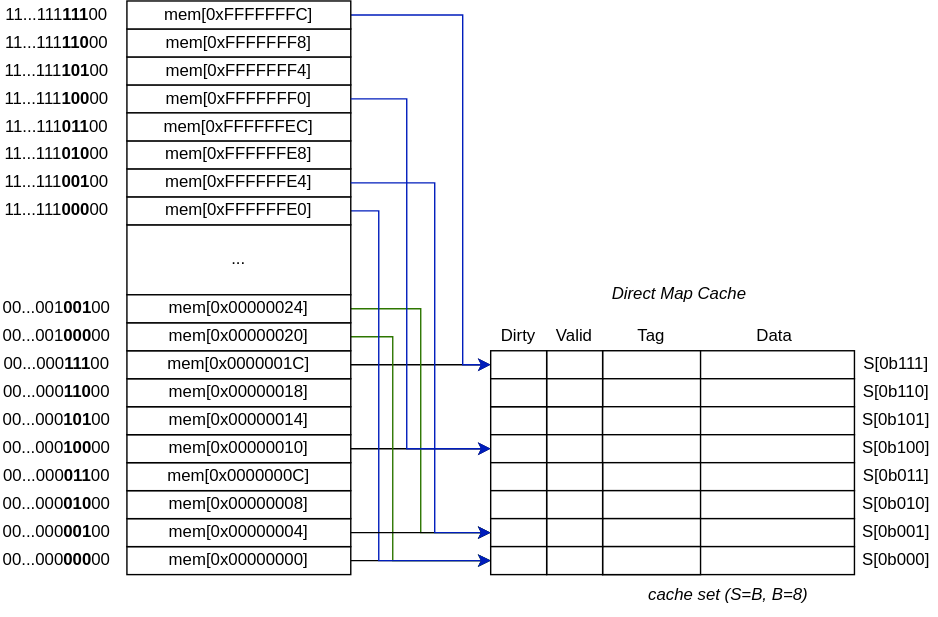
Before: docs/images/direct_map_cache.drawio.svg, a diagram exported from draw.io (1Miguel/cortex-a53-study). Source tidied: cells renumbered, new cells last; positions are measured from the earlier drawing's top-left corner, leaving out a move shared by most shapes.
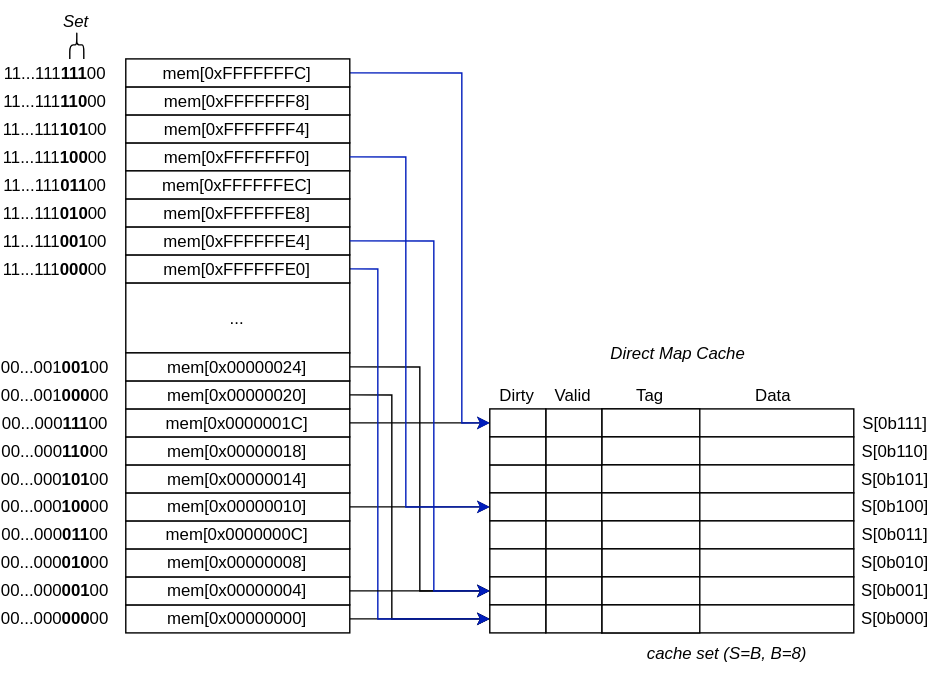
The same diagram one commit later.

Diff of the diagram source:
```diff
@@ -53,7 +53,7 @@
     <mxCell id="18" value="mem[0x0000001C]" style="rounded=0;whiteSpace=wrap;html=1;" parent="1" vertex="1">
       <mxGeometry x="90" y="250" width="160" height="20" as="geometry" />
     </mxCell>
-    <mxCell id="19" style="edgeStyle=orthogonalEdgeStyle;rounded=0;jettySize=auto;html=1;exitX=1;exitY=0.5;exitDx=0;exitDy=0;entryX=0;entryY=0.5;entryDx=0;entryDy=0;fillColor=#60a917;strokeColor=#2D7600;" parent="1" edge="1" source="20" target="92">
+    <mxCell id="19" style="edgeStyle=orthogonalEdgeStyle;rounded=0;jettySize=auto;html=1;exitX=1;exitY=0.5;exitDx=0;exitDy=0;entryX=0;entryY=0.5;entryDx=0;entryDy=0;" parent="1" edge="1" source="20" target="92">
       <mxGeometry relative="1" as="geometry">
         <Array as="points">
           <mxPoint x="280" y="240" />
@@ -64,7 +64,7 @@
     <mxCell id="20" value="mem[0x00000020]" style="rounded=0;whiteSpace=wrap;html=1;" parent="1" vertex="1">
       <mxGeometry x="90" y="230" width="160" height="20" as="geometry" />
     </mxCell>
-    <mxCell id="21" style="edgeStyle=orthogonalEdgeStyle;rounded=0;jettySize=auto;html=1;exitX=1;exitY=0.5;exitDx=0;exitDy=0;entryX=0;entryY=0.5;entryDx=0;entryDy=0;fillColor=#60a917;strokeColor=#2D7600;" parent="1" edge="1" source="22" target="90">
+    <mxCell id="21" style="edgeStyle=orthogonalEdgeStyle;rounded=0;jettySize=auto;html=1;exitX=1;exitY=0.5;exitDx=0;exitDy=0;entryX=0;entryY=0.5;entryDx=0;entryDy=0;" parent="1" edge="1" source="22" target="90">
       <mxGeometry relative="1" as="geometry" />
     </mxCell>
     <mxCell id="22" value="mem[0x00000024]" style="rounded=0;whiteSpace=wrap;html=1;" parent="1" vertex="1">
@@ -191,58 +191,58 @@
     <mxCell id="59" style="rounded=0;whiteSpace=wrap;html=1;" parent="1" vertex="1">
       <mxGeometry x="430" y="390" width="70" height="20" as="geometry" />
     </mxCell>
-    <mxCell id="60" value="11...111&lt;b style=&quot;color: light-dark(rgb(0, 0, 0), rgb(255, 0, 0));&quot;&gt;111&lt;/b&gt;00" style="text;html=1;whiteSpace=wrap;strokeColor=none;fillColor=none;align=center;verticalAlign=middle;rounded=0;" parent="1" vertex="1">
+    <mxCell id="60" value="11...111&lt;b style=&quot;&quot;&gt;111&lt;/b&gt;00" style="text;html=1;whiteSpace=wrap;strokeColor=none;fillColor=none;align=center;verticalAlign=middle;rounded=0;fontColor=default;" parent="1" vertex="1">
       <mxGeometry width="80" height="20" as="geometry" />
     </mxCell>
-    <mxCell id="61" value="11...111&lt;b style=&quot;color: light-dark(rgb(0, 0, 0), rgb(255, 0, 0));&quot;&gt;110&lt;/b&gt;00" style="text;html=1;whiteSpace=wrap;strokeColor=none;fillColor=none;align=center;verticalAlign=middle;rounded=0;" parent="1" vertex="1">
+    <mxCell id="61" value="11...111&lt;b style=&quot;&quot;&gt;110&lt;/b&gt;00" style="text;html=1;whiteSpace=wrap;strokeColor=none;fillColor=none;align=center;verticalAlign=middle;rounded=0;fontColor=default;" parent="1" vertex="1">
       <mxGeometry y="20" width="80" height="20" as="geometry" />
     </mxCell>
-    <mxCell id="62" value="11...111&lt;b style=&quot;color: light-dark(rgb(0, 0, 0), rgb(255, 0, 0));&quot;&gt;101&lt;/b&gt;00" style="text;html=1;whiteSpace=wrap;strokeColor=none;fillColor=none;align=center;verticalAlign=middle;rounded=0;" parent="1" vertex="1">
+    <mxCell id="62" value="11...111&lt;b style=&quot;&quot;&gt;101&lt;/b&gt;00" style="text;html=1;whiteSpace=wrap;strokeColor=none;fillColor=none;align=center;verticalAlign=middle;rounded=0;fontColor=default;" parent="1" vertex="1">
       <mxGeometry y="40" width="80" height="20" as="geometry" />
     </mxCell>
-    <mxCell id="63" value="11...111&lt;b style=&quot;color: light-dark(rgb(0, 0, 0), rgb(255, 0, 0));&quot;&gt;100&lt;/b&gt;00" style="text;html=1;whiteSpace=wrap;strokeColor=none;fillColor=none;align=center;verticalAlign=middle;rounded=0;" parent="1" vertex="1">
+    <mxCell id="63" value="11...111&lt;b style=&quot;&quot;&gt;100&lt;/b&gt;00" style="text;html=1;whiteSpace=wrap;strokeColor=none;fillColor=none;align=center;verticalAlign=middle;rounded=0;fontColor=default;" parent="1" vertex="1">
       <mxGeometry y="60" width="80" height="20" as="geometry" />
     </mxCell>
-    <mxCell id="64" value="11...111&lt;b style=&quot;color: light-dark(rgb(0, 0, 0), rgb(255, 0, 0));&quot;&gt;011&lt;/b&gt;00" style="text;html=1;whiteSpace=wrap;strokeColor=none;fillColor=none;align=center;verticalAlign=middle;rounded=0;" parent="1" vertex="1">
+    <mxCell id="64" value="11...111&lt;b style=&quot;&quot;&gt;011&lt;/b&gt;00" style="text;html=1;whiteSpace=wrap;strokeColor=none;fillColor=none;align=center;verticalAlign=middle;rounded=0;fontColor=default;" parent="1" vertex="1">
       <mxGeometry y="80" width="80" height="20" as="geometry" />
     </mxCell>
-    <mxCell id="65" value="11...111&lt;b style=&quot;color: light-dark(rgb(0, 0, 0), rgb(255, 0, 0));&quot;&gt;010&lt;/b&gt;00" style="text;html=1;whiteSpace=wrap;strokeColor=none;fillColor=none;align=center;verticalAlign=middle;rounded=0;" parent="1" vertex="1">
+    <mxCell id="65" value="11...111&lt;b style=&quot;&quot;&gt;010&lt;/b&gt;00" style="text;html=1;whiteSpace=wrap;strokeColor=none;fillColor=none;align=center;verticalAlign=middle;rounded=0;fontColor=default;" parent="1" vertex="1">
       <mxGeometry y="100" width="80" height="20" as="geometry" />
     </mxCell>
-    <mxCell id="66" value="11...111&lt;b style=&quot;color: light-dark(rgb(0, 0, 0), rgb(255, 0, 0));&quot;&gt;001&lt;/b&gt;00" style="text;html=1;whiteSpace=wrap;strokeColor=none;fillColor=none;align=center;verticalAlign=middle;rounded=0;" parent="1" vertex="1">
+    <mxCell id="66" value="11...111&lt;b style=&quot;&quot;&gt;001&lt;/b&gt;00" style="text;html=1;whiteSpace=wrap;strokeColor=none;fillColor=none;align=center;verticalAlign=middle;rounded=0;fontColor=default;" parent="1" vertex="1">
       <mxGeometry y="120" width="80" height="20" as="geometry" />
     </mxCell>
-    <mxCell id="67" value="11...111&lt;b style=&quot;color: light-dark(rgb(0, 0, 0), rgb(255, 0, 0));&quot;&gt;000&lt;/b&gt;00" style="text;html=1;whiteSpace=wrap;strokeColor=none;fillColor=none;align=center;verticalAlign=middle;rounded=0;" parent="1" vertex="1">
+    <mxCell id="67" value="11...111&lt;b style=&quot;&quot;&gt;000&lt;/b&gt;00" style="text;html=1;whiteSpace=wrap;strokeColor=none;fillColor=none;align=center;verticalAlign=middle;rounded=0;fontColor=default;" parent="1" vertex="1">
       <mxGeometry y="140" width="80" height="20" as="geometry" />
     </mxCell>
-    <mxCell id="68" value="00...001&lt;b style=&quot;color: light-dark(rgb(0, 0, 0), rgb(255, 0, 0));&quot;&gt;001&lt;/b&gt;00" style="text;html=1;whiteSpace=wrap;strokeColor=none;fillColor=none;align=center;verticalAlign=middle;rounded=0;" parent="1" vertex="1">
+    <mxCell id="68" value="00...001&lt;b style=&quot;&quot;&gt;001&lt;/b&gt;00" style="text;html=1;whiteSpace=wrap;strokeColor=none;fillColor=none;align=center;verticalAlign=middle;rounded=0;fontColor=default;" parent="1" vertex="1">
       <mxGeometry y="210" width="80" height="20" as="geometry" />
     </mxCell>
-    <mxCell id="69" value="00...001&lt;b style=&quot;color: light-dark(rgb(0, 0, 0), rgb(255, 0, 0));&quot;&gt;000&lt;/b&gt;00" style="text;html=1;whiteSpace=wrap;strokeColor=none;fillColor=none;align=center;verticalAlign=middle;rounded=0;" parent="1" vertex="1">
+    <mxCell id="69" value="00...001&lt;b style=&quot;&quot;&gt;000&lt;/b&gt;00" style="text;html=1;whiteSpace=wrap;strokeColor=none;fillColor=none;align=center;verticalAlign=middle;rounded=0;fontColor=default;" parent="1" vertex="1">
       <mxGeometry y="230" width="80" height="20" as="geometry" />
     </mxCell>
-    <mxCell id="70" value="00...000&lt;b style=&quot;color: light-dark(rgb(0, 0, 0), rgb(255, 0, 0));&quot;&gt;111&lt;/b&gt;00" style="text;html=1;whiteSpace=wrap;strokeColor=none;fillColor=none;align=center;verticalAlign=middle;rounded=0;" parent="1" vertex="1">
+    <mxCell id="70" value="00...000&lt;b style=&quot;&quot;&gt;111&lt;/b&gt;00" style="text;html=1;whiteSpace=wrap;strokeColor=none;fillColor=none;align=center;verticalAlign=middle;rounded=0;fontColor=default;" parent="1" vertex="1">
       <mxGeometry y="250" width="80" height="20" as="geometry" />
     </mxCell>
-    <mxCell id="71" value="00...000&lt;b style=&quot;color: light-dark(rgb(0, 0, 0), rgb(255, 0, 0));&quot;&gt;110&lt;/b&gt;00" style="text;html=1;whiteSpace=wrap;strokeColor=none;fillColor=none;align=center;verticalAlign=middle;rounded=0;" parent="1" vertex="1">
+    <mxCell id="71" value="00...000&lt;b style=&quot;&quot;&gt;110&lt;/b&gt;00" style="text;html=1;whiteSpace=wrap;strokeColor=none;fillColor=none;align=center;verticalAlign=middle;rounded=0;fontColor=default;" parent="1" vertex="1">
       <mxGeometry y="270" width="80" height="20" as="geometry" />
     </mxCell>
-    <mxCell id="72" value="00...000&lt;b style=&quot;color: light-dark(rgb(0, 0, 0), rgb(255, 0, 0));&quot;&gt;101&lt;/b&gt;00" style="text;html=1;whiteSpace=wrap;strokeColor=none;fillColor=none;align=center;verticalAlign=middle;rounded=0;" parent="1" vertex="1">
+    <mxCell id="72" value="00...000&lt;b style=&quot;&quot;&gt;101&lt;/b&gt;00" style="text;html=1;whiteSpace=wrap;strokeColor=none;fillColor=none;align=center;verticalAlign=middle;rounded=0;fontColor=default;" parent="1" vertex="1">
       <mxGeometry y="290" width="80" height="20" as="geometry" />
     </mxCell>
-    <mxCell id="73" value="00...000&lt;b style=&quot;color: light-dark(rgb(0, 0, 0), rgb(255, 0, 0));&quot;&gt;100&lt;/b&gt;00" style="text;html=1;whiteSpace=wrap;strokeColor=none;fillColor=none;align=center;verticalAlign=middle;rounded=0;" parent="1" vertex="1">
+    <mxCell id="73" value="00...000&lt;b style=&quot;&quot;&gt;100&lt;/b&gt;00" style="text;html=1;whiteSpace=wrap;strokeColor=none;fillColor=none;align=center;verticalAlign=middle;rounded=0;fontColor=default;" parent="1" vertex="1">
       <mxGeometry y="310" width="80" height="20" as="geometry" />
     </mxCell>
-    <mxCell id="74" value="00...000&lt;b style=&quot;color: light-dark(rgb(0, 0, 0), rgb(255, 0, 0));&quot;&gt;011&lt;/b&gt;00" style="text;html=1;whiteSpace=wrap;strokeColor=none;fillColor=none;align=center;verticalAlign=middle;rounded=0;" parent="1" vertex="1">
+    <mxCell id="74" value="00...000&lt;b style=&quot;&quot;&gt;011&lt;/b&gt;00" style="text;html=1;whiteSpace=wrap;strokeColor=none;fillColor=none;align=center;verticalAlign=middle;rounded=0;fontColor=default;" parent="1" vertex="1">
       <mxGeometry y="330" width="80" height="20" as="geometry" />
     </mxCell>
-    <mxCell id="75" value="00...000&lt;b style=&quot;color: light-dark(rgb(0, 0, 0), rgb(255, 0, 0));&quot;&gt;010&lt;/b&gt;00" style="text;html=1;whiteSpace=wrap;strokeColor=none;fillColor=none;align=center;verticalAlign=middle;rounded=0;" parent="1" vertex="1">
+    <mxCell id="75" value="00...000&lt;b style=&quot;&quot;&gt;010&lt;/b&gt;00" style="text;html=1;whiteSpace=wrap;strokeColor=none;fillColor=none;align=center;verticalAlign=middle;rounded=0;fontColor=default;" parent="1" vertex="1">
       <mxGeometry y="350" width="80" height="20" as="geometry" />
     </mxCell>
-    <mxCell id="76" value="00...000&lt;b style=&quot;color: light-dark(rgb(0, 0, 0), rgb(255, 0, 0));&quot;&gt;001&lt;/b&gt;00" style="text;html=1;whiteSpace=wrap;strokeColor=none;fillColor=none;align=center;verticalAlign=middle;rounded=0;" parent="1" vertex="1">
+    <mxCell id="76" value="00...000&lt;b style=&quot;&quot;&gt;001&lt;/b&gt;00" style="text;html=1;whiteSpace=wrap;strokeColor=none;fillColor=none;align=center;verticalAlign=middle;rounded=0;fontColor=default;" parent="1" vertex="1">
       <mxGeometry y="370" width="80" height="20" as="geometry" />
     </mxCell>
-    <mxCell id="77" value="00...000&lt;b style=&quot;color: light-dark(rgb(0, 0, 0), rgb(255, 0, 0));&quot;&gt;000&lt;/b&gt;00" style="text;html=1;whiteSpace=wrap;strokeColor=none;fillColor=none;align=center;verticalAlign=middle;rounded=0;" parent="1" vertex="1">
+    <mxCell id="77" value="00...000&lt;b style=&quot;&quot;&gt;000&lt;/b&gt;00" style="text;html=1;whiteSpace=wrap;strokeColor=none;fillColor=none;align=center;verticalAlign=middle;rounded=0;fontColor=default;" parent="1" vertex="1">
       <mxGeometry y="390" width="80" height="20" as="geometry" />
     </mxCell>
     <mxCell id="78" style="edgeStyle=orthogonalEdgeStyle;rounded=0;jettySize=auto;html=1;exitX=1;exitY=0.5;exitDx=0;exitDy=0;entryX=0;entryY=0.5;entryDx=0;entryDy=0;fillColor=#0050ef;strokeColor=#001DBC;" parent="1" edge="1" source="23" target="5">
@@ -306,5 +306,11 @@
         </Array>
       </mxGeometry>
     </mxCell>
+    <mxCell id="95" value=" " style="shape=curlyBracket;whiteSpace=wrap;html=1;rounded=1;flipH=1;labelPosition=right;verticalLabelPosition=middle;align=left;verticalAlign=middle;legacyAnchorPoints=0;rotation=-90;" parent="1" vertex="1">
+      <mxGeometry x="45" y="-15" width="20" height="10" as="geometry" />
+    </mxCell>
+    <mxCell id="96" value="Set" style="text;html=1;whiteSpace=wrap;strokeColor=none;fillColor=none;align=center;verticalAlign=middle;rounded=0;fontStyle=2;" parent="1" vertex="1">
+      <mxGeometry x="35" y="-42" width="40" height="30" as="geometry" />
+    </mxCell>
   </root>
 </mxGraphModel>
```
